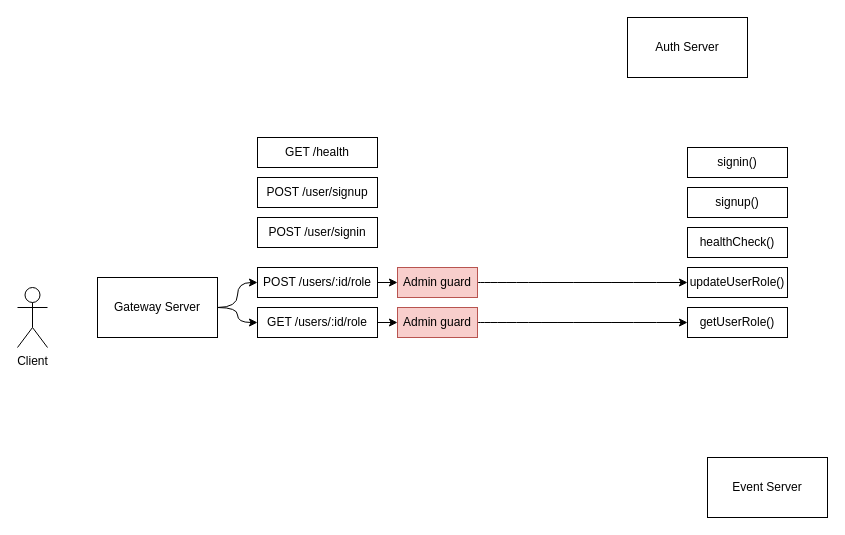
This is page "architecture-detail" (2 of 6) of documents/diagram/diagram.drawio from thursdaycurry/nestjs-msa-eventEngine, a draw.io file, before an edit. Source tidied: cells renumbered, new cells numbered last; positions are measured from the earlier drawing's top-left corner, leaving out a move shared by most shapes. Both pictures are drawn from the tidied source at 100%, with x=0, y=0 at pixel (17, 17).
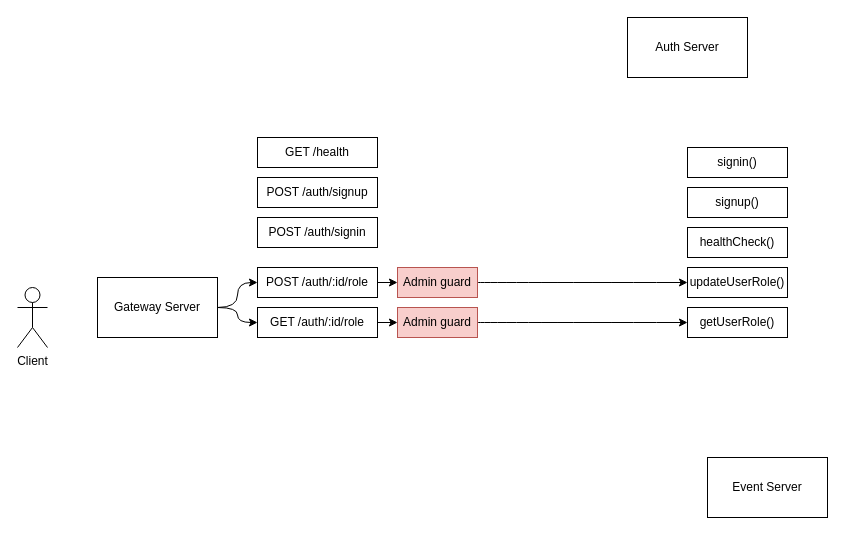
After the change.

Diff of the diagram source:
```diff
@@
-    <mxCell id="4" value="POST /user/signup" style="rounded=0;whiteSpace=wrap;html=1;" parent="1" vertex="1">
+    <mxCell id="4" value="POST /auth/signup" style="rounded=0;whiteSpace=wrap;html=1;" parent="1" vertex="1">
       <mxGeometry x="240" y="160" width="120" height="30" as="geometry" />
     </mxCell>
@@
-    <mxCell id="9" value="POST /user/signin" style="rounded=0;whiteSpace=wrap;html=1;" parent="1" vertex="1">
+    <mxCell id="9" value="POST /auth/signin" style="rounded=0;whiteSpace=wrap;html=1;" parent="1" vertex="1">
       <mxGeometry x="240" y="200" width="120" height="30" as="geometry" />
     </mxCell>
@@
-    <mxCell id="16" value="POST /users/:id/role" style="rounded=0;whiteSpace=wrap;html=1;" parent="1" vertex="1">
+    <mxCell id="16" value="POST /auth/:id/role" style="rounded=0;whiteSpace=wrap;html=1;" parent="1" vertex="1">
       <mxGeometry x="240" y="250" width="120" height="30" as="geometry" />
     </mxCell>
@@
-    <mxCell id="19" value="GET /users/:id/role" style="rounded=0;whiteSpace=wrap;html=1;" parent="1" vertex="1">
+    <mxCell id="19" value="GET /auth/:id/role" style="rounded=0;whiteSpace=wrap;html=1;" parent="1" vertex="1">
       <mxGeometry x="240" y="290" width="120" height="30" as="geometry" />
     </mxCell>
```
